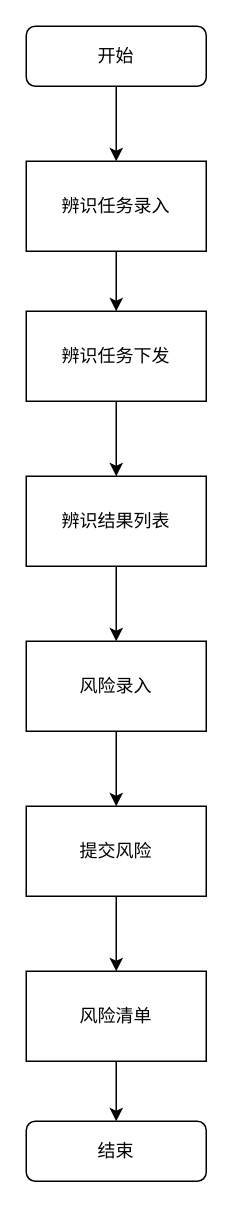
This is 双预控-风险.drawio from 20123136/draw-io-fiels, a draw.io file, before an edit. Source tidied: cells renumbered, new cells numbered last; positions are measured from the earlier drawing's top-left corner, leaving out a move shared by most shapes. Both pictures are drawn from the tidied source at 150%, with x=0, y=0 at pixel (26, 26).
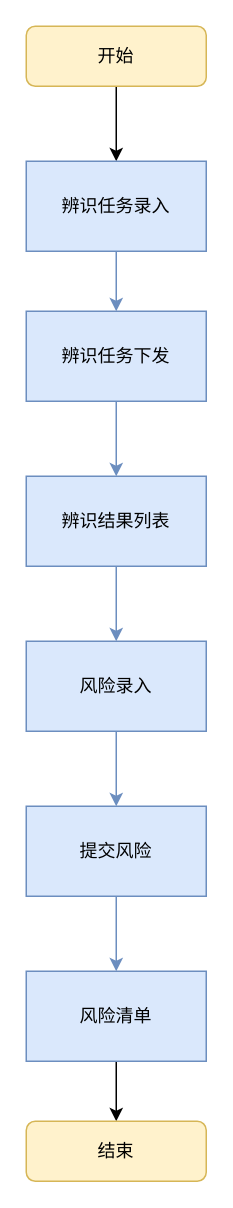
The same page after the edit.

Commit message (it also covers changes not shown here):
更新双预控-风险.drawio

The edit, as a diff of the source:
```diff
@@
 <mxGraphModel>
   <root>
     <mxCell id="0" />
     <mxCell id="1" parent="0" />
     <mxCell id="2" style="edgeStyle=orthogonalEdgeStyle;rounded=0;jettySize=auto;html=1;entryX=0.5;entryY=0;entryDx=0;entryDy=0;" parent="1" edge="1" source="3" target="5">
       <mxGeometry relative="1" as="geometry" />
     </mxCell>
-    <mxCell id="3" value="开始" style="rounded=1;whiteSpace=wrap;html=1;fontSize=12;glass=0;strokeWidth=1;shadow=0;" parent="1" vertex="1">
+    <mxCell id="3" value="开始" style="rounded=1;whiteSpace=wrap;html=1;fontSize=12;glass=0;strokeWidth=1;shadow=0;fillColor=#fff2cc;strokeColor=#d6b656;" parent="1" vertex="1">
       <mxGeometry width="120" height="40" as="geometry" />
     </mxCell>
-    <mxCell id="4" style="edgeStyle=orthogonalEdgeStyle;rounded=0;jettySize=auto;html=1;entryX=0.5;entryY=0;entryDx=0;entryDy=0;" parent="1" edge="1" source="5" target="7">
+    <mxCell id="4" style="edgeStyle=orthogonalEdgeStyle;rounded=0;jettySize=auto;html=1;entryX=0.5;entryY=0;entryDx=0;entryDy=0;fillColor=#dae8fc;strokeColor=#6c8ebf;" parent="1" edge="1" source="5" target="7">
       <mxGeometry relative="1" as="geometry" />
     </mxCell>
-    <mxCell id="5" value="辨识任务录入" style="rounded=0;whiteSpace=wrap;html=1;" parent="1" vertex="1">
+    <mxCell id="5" value="辨识任务录入" style="rounded=0;whiteSpace=wrap;html=1;fillColor=#dae8fc;strokeColor=#6c8ebf;" parent="1" vertex="1">
       <mxGeometry y="90" width="120" height="60" as="geometry" />
     </mxCell>
-    <mxCell id="6" style="edgeStyle=orthogonalEdgeStyle;rounded=0;jettySize=auto;html=1;entryX=0.5;entryY=0;entryDx=0;entryDy=0;" parent="1" edge="1" source="7" target="9">
+    <mxCell id="6" style="edgeStyle=orthogonalEdgeStyle;rounded=0;jettySize=auto;html=1;entryX=0.5;entryY=0;entryDx=0;entryDy=0;fillColor=#dae8fc;strokeColor=#6c8ebf;" parent="1" edge="1" source="7" target="9">
       <mxGeometry relative="1" as="geometry" />
     </mxCell>
-    <mxCell id="7" value="辨识任务下发" style="rounded=0;whiteSpace=wrap;html=1;" parent="1" vertex="1">
+    <mxCell id="7" value="辨识任务下发" style="rounded=0;whiteSpace=wrap;html=1;fillColor=#dae8fc;strokeColor=#6c8ebf;" parent="1" vertex="1">
       <mxGeometry y="190" width="120" height="60" as="geometry" />
     </mxCell>
-    <mxCell id="8" style="edgeStyle=orthogonalEdgeStyle;rounded=0;jettySize=auto;html=1;entryX=0.5;entryY=0;entryDx=0;entryDy=0;" parent="1" edge="1" source="9" target="11">
+    <mxCell id="8" style="edgeStyle=orthogonalEdgeStyle;rounded=0;jettySize=auto;html=1;entryX=0.5;entryY=0;entryDx=0;entryDy=0;fillColor=#dae8fc;strokeColor=#6c8ebf;" parent="1" edge="1" source="9" target="11">
       <mxGeometry relative="1" as="geometry" />
     </mxCell>
-    <mxCell id="9" value="辨识结果列表" style="rounded=0;whiteSpace=wrap;html=1;" parent="1" vertex="1">
+    <mxCell id="9" value="辨识结果列表" style="rounded=0;whiteSpace=wrap;html=1;fillColor=#dae8fc;strokeColor=#6c8ebf;" parent="1" vertex="1">
       <mxGeometry y="300" width="120" height="60" as="geometry" />
     </mxCell>
-    <mxCell id="10" style="edgeStyle=orthogonalEdgeStyle;rounded=0;jettySize=auto;html=1;entryX=0.5;entryY=0;entryDx=0;entryDy=0;" parent="1" edge="1" source="11" target="13">
+    <mxCell id="10" style="edgeStyle=orthogonalEdgeStyle;rounded=0;jettySize=auto;html=1;entryX=0.5;entryY=0;entryDx=0;entryDy=0;fillColor=#dae8fc;strokeColor=#6c8ebf;" parent="1" edge="1" source="11" target="13">
       <mxGeometry relative="1" as="geometry" />
     </mxCell>
-    <mxCell id="11" value="风险录入" style="rounded=0;whiteSpace=wrap;html=1;" parent="1" vertex="1">
+    <mxCell id="11" value="风险录入" style="rounded=0;whiteSpace=wrap;html=1;fillColor=#dae8fc;strokeColor=#6c8ebf;" parent="1" vertex="1">
       <mxGeometry y="410" width="120" height="60" as="geometry" />
     </mxCell>
-    <mxCell id="12" style="edgeStyle=orthogonalEdgeStyle;rounded=0;jettySize=auto;html=1;" parent="1" edge="1" source="13" target="15">
+    <mxCell id="12" style="edgeStyle=orthogonalEdgeStyle;rounded=0;jettySize=auto;html=1;fillColor=#dae8fc;strokeColor=#6c8ebf;" parent="1" edge="1" source="13" target="15">
       <mxGeometry relative="1" as="geometry" />
     </mxCell>
-    <mxCell id="13" value="提交风险" style="rounded=0;whiteSpace=wrap;html=1;" parent="1" vertex="1">
+    <mxCell id="13" value="提交风险" style="rounded=0;whiteSpace=wrap;html=1;fillColor=#dae8fc;strokeColor=#6c8ebf;" parent="1" vertex="1">
       <mxGeometry y="520" width="120" height="60" as="geometry" />
     </mxCell>
     <mxCell id="14" style="edgeStyle=orthogonalEdgeStyle;rounded=0;jettySize=auto;html=1;entryX=0.5;entryY=0;entryDx=0;entryDy=0;" parent="1" edge="1" source="15" target="16">
       <mxGeometry relative="1" as="geometry" />
     </mxCell>
-    <mxCell id="15" value="风险清单" style="rounded=0;whiteSpace=wrap;html=1;" parent="1" vertex="1">
+    <mxCell id="15" value="风险清单" style="rounded=0;whiteSpace=wrap;html=1;fillColor=#dae8fc;strokeColor=#6c8ebf;" parent="1" vertex="1">
       <mxGeometry y="630" width="120" height="60" as="geometry" />
     </mxCell>
-    <mxCell id="16" value="结束" style="rounded=1;whiteSpace=wrap;html=1;fontSize=12;glass=0;strokeWidth=1;shadow=0;" parent="1" vertex="1">
+    <mxCell id="16" value="结束" style="rounded=1;whiteSpace=wrap;html=1;fontSize=12;glass=0;strokeWidth=1;shadow=0;fillColor=#fff2cc;strokeColor=#d6b656;" parent="1" vertex="1">
       <mxGeometry y="730" width="120" height="40" as="geometry" />
     </mxCell>
   </root>
 </mxGraphModel>
```
